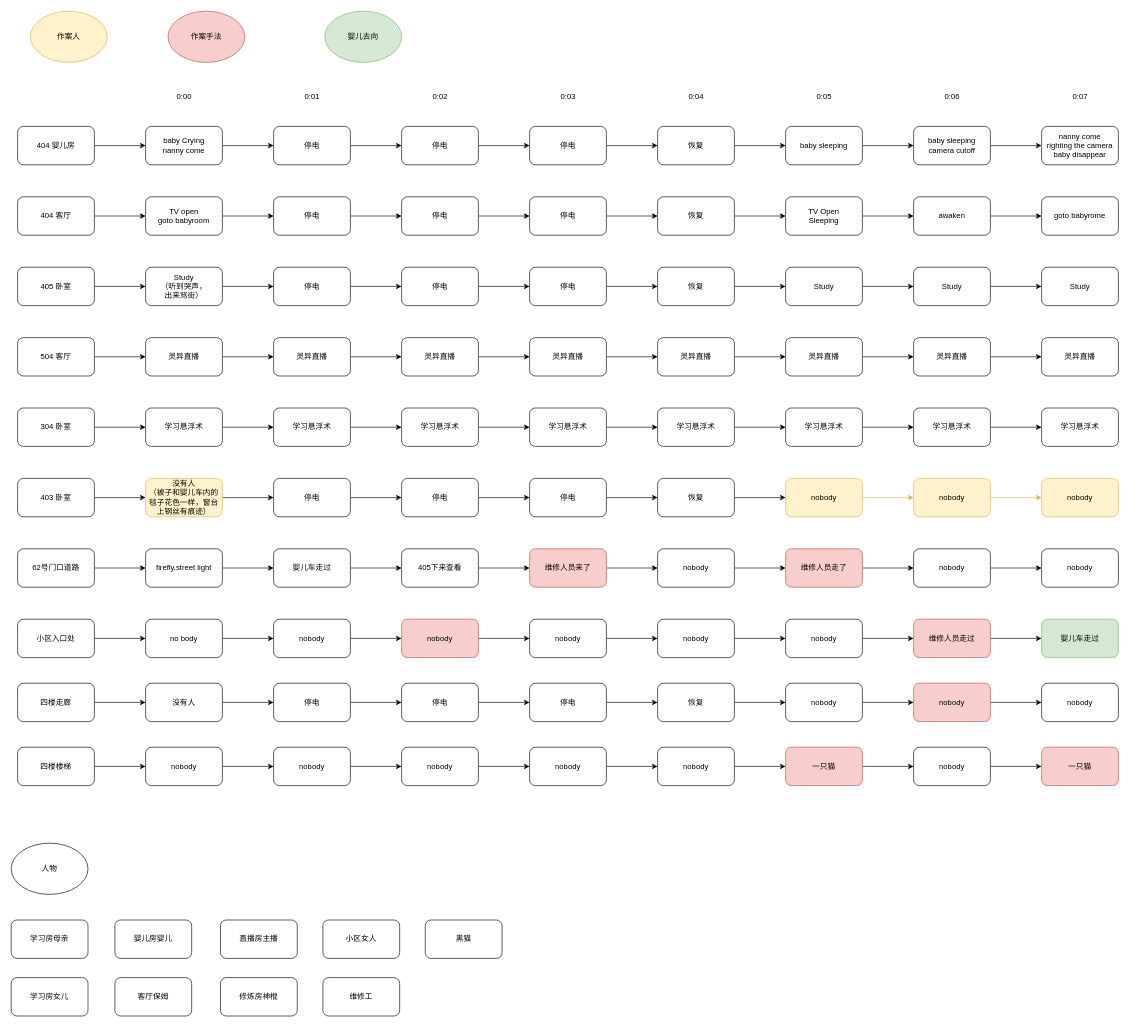
Earlier version of the draw.io diagram drawio/BabyWorkFlow.drawio (guyuyw/casablancan). Source tidied: cells renumbered, new cells numbered last; positions are measured from the earlier drawing's top-left corner, leaving out a move shared by most shapes. Both pictures are drawn from the tidied source at 64%, with x=0, y=0 at pixel (11, 11).
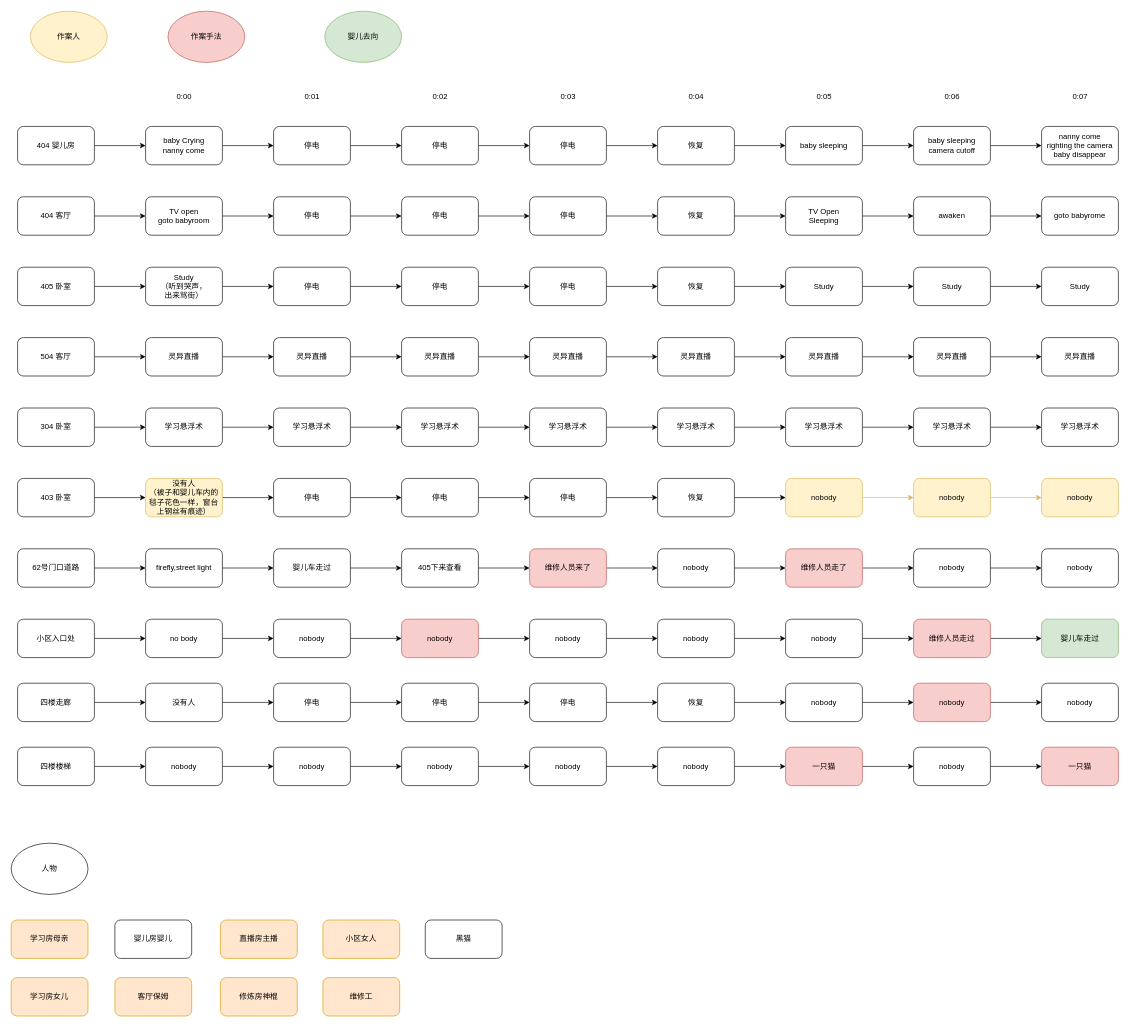
The same page after the edit.

Change to the diagram source:
```diff
@@
-    <mxCell id="184" value="学习房母亲" style="rounded=1;whiteSpace=wrap;html=1;" parent="1" vertex="1">
+    <mxCell id="184" value="学习房母亲" style="rounded=1;whiteSpace=wrap;html=1;fillColor=#ffe6cc;strokeColor=#d79b00;" parent="1" vertex="1">
       <mxGeometry y="1420" width="120" height="60" as="geometry" />
     </mxCell>
-    <mxCell id="185" value="学习房女儿" style="rounded=1;whiteSpace=wrap;html=1;" parent="1" vertex="1">
+    <mxCell id="185" value="学习房女儿" style="rounded=1;whiteSpace=wrap;html=1;fillColor=#ffe6cc;strokeColor=#d79b00;" parent="1" vertex="1">
       <mxGeometry y="1510" width="120" height="60" as="geometry" />
     </mxCell>
@@
-    <mxCell id="187" value="客厅保姆" style="rounded=1;whiteSpace=wrap;html=1;" parent="1" vertex="1">
+    <mxCell id="187" value="客厅保姆" style="rounded=1;whiteSpace=wrap;html=1;fillColor=#ffe6cc;strokeColor=#d79b00;" parent="1" vertex="1">
       <mxGeometry x="162" y="1510" width="120" height="60" as="geometry" />
     </mxCell>
-    <mxCell id="188" value="直播房主播" style="rounded=1;whiteSpace=wrap;html=1;" parent="1" vertex="1">
+    <mxCell id="188" value="直播房主播" style="rounded=1;whiteSpace=wrap;html=1;fillColor=#ffe6cc;strokeColor=#d79b00;" parent="1" vertex="1">
       <mxGeometry x="327" y="1420" width="120" height="60" as="geometry" />
     </mxCell>
-    <mxCell id="189" value="修炼房神棍" style="rounded=1;whiteSpace=wrap;html=1;" parent="1" vertex="1">
+    <mxCell id="189" value="修炼房神棍" style="rounded=1;whiteSpace=wrap;html=1;fillColor=#ffe6cc;strokeColor=#d79b00;" parent="1" vertex="1">
       <mxGeometry x="327" y="1510" width="120" height="60" as="geometry" />
     </mxCell>
-    <mxCell id="190" value="小区女人" style="rounded=1;whiteSpace=wrap;html=1;" parent="1" vertex="1">
+    <mxCell id="190" value="小区女人" style="rounded=1;whiteSpace=wrap;html=1;fillColor=#ffe6cc;strokeColor=#d79b00;" parent="1" vertex="1">
       <mxGeometry x="487" y="1420" width="120" height="60" as="geometry" />
     </mxCell>
-    <mxCell id="191" value="维修工" style="rounded=1;whiteSpace=wrap;html=1;" parent="1" vertex="1">
+    <mxCell id="191" value="维修工" style="rounded=1;whiteSpace=wrap;html=1;fillColor=#ffe6cc;strokeColor=#d79b00;" parent="1" vertex="1">
       <mxGeometry x="487" y="1510" width="120" height="60" as="geometry" />
     </mxCell>
```
